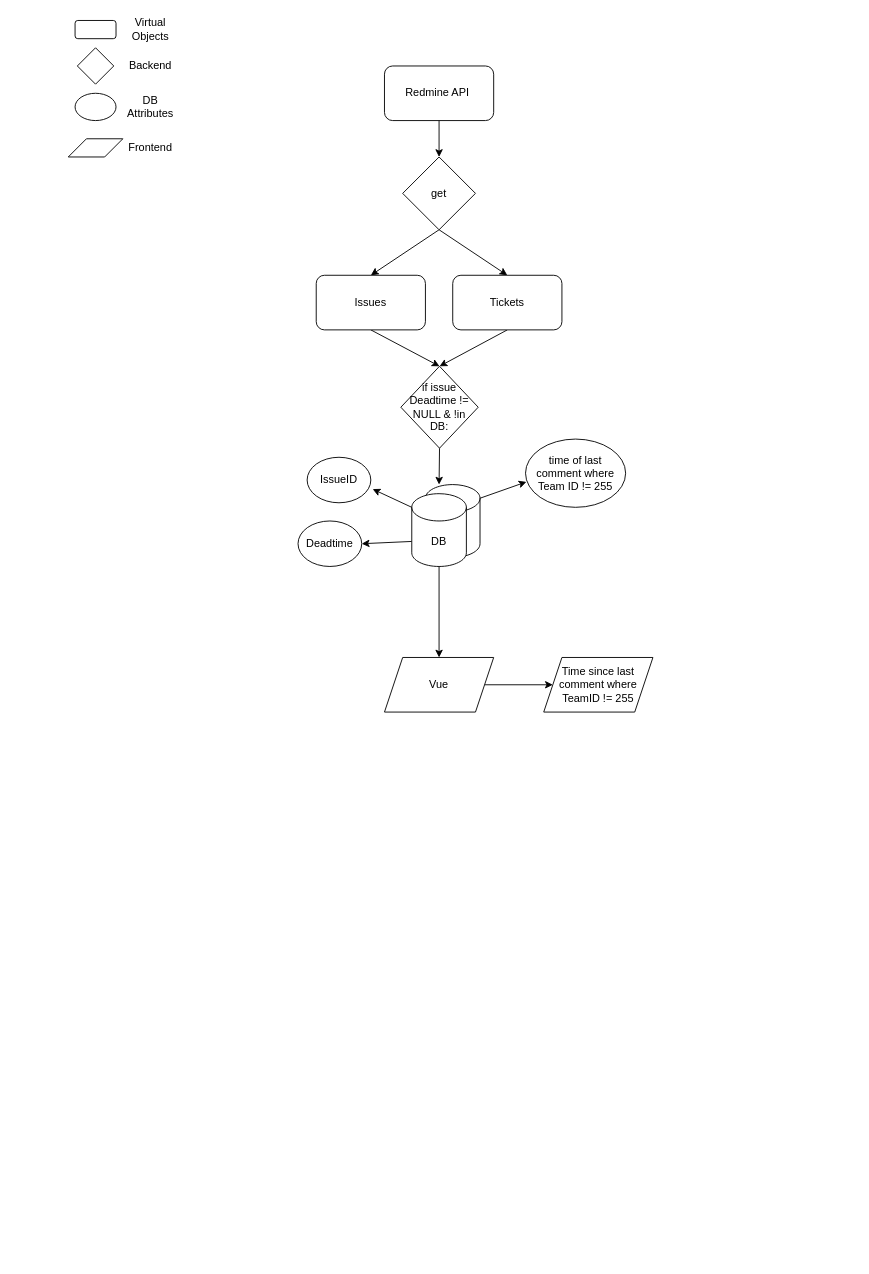
Before: Datenkonzept_TickTrack.drawio in panchord/Draw.io, a draw.io diagram. Source tidied: cells renumbered, new cells numbered last; positions are measured from the earlier drawing's top-left corner, leaving out a move shared by most shapes. Both pictures are drawn from the tidied source at 91%, with x=0, y=0 at pixel (68, 15).
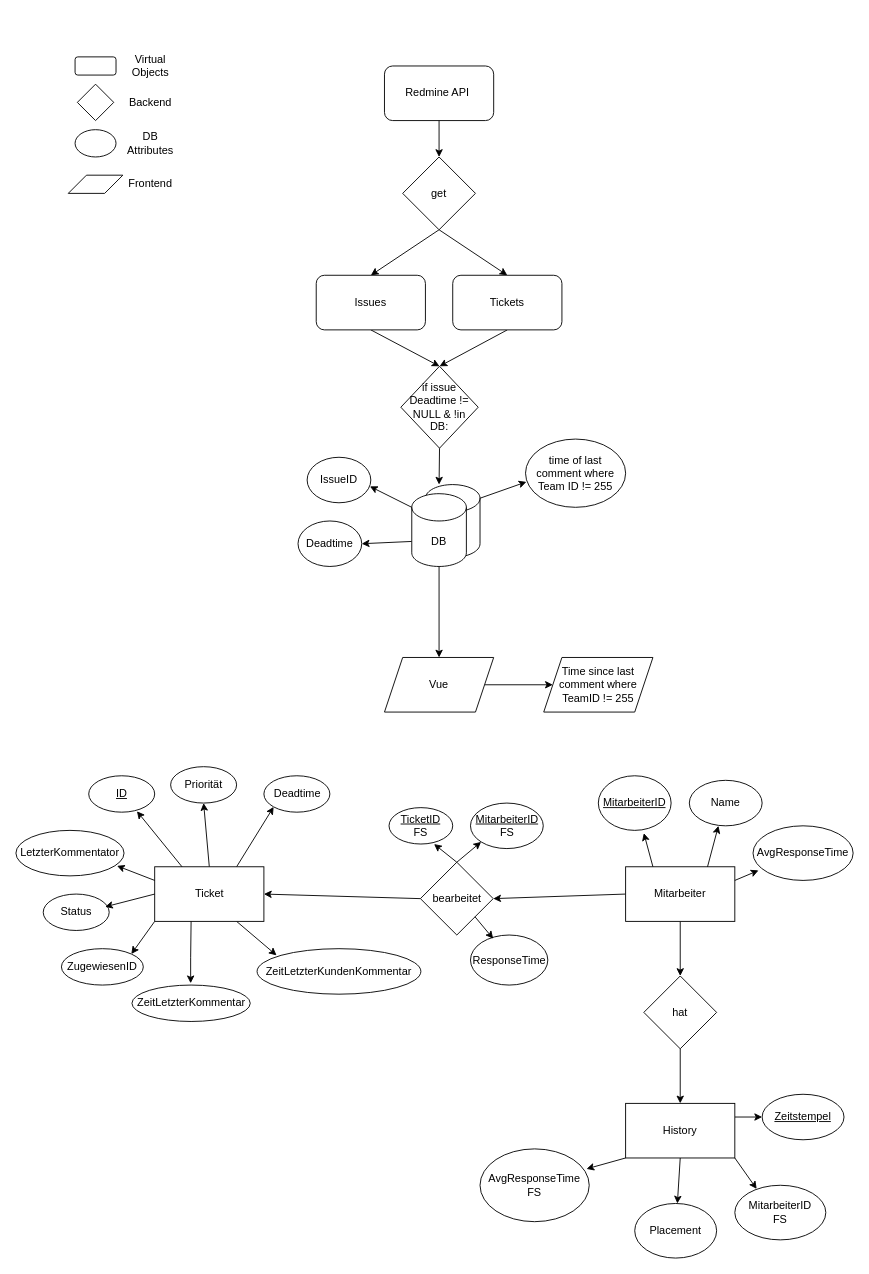
Above is the later version.

Unchanged cells that the change refers to:
```xml
<mxCell id="14" value="DB" style="shape=cylinder3;whiteSpace=wrap;html=1;boundedLbl=1;backgroundOutline=1;size=15;" parent="1" vertex="1">
  <mxGeometry x="377" y="525" width="60" height="80" as="geometry" />
</mxCell>
<mxCell id="15" value="IssueID" style="ellipse;whiteSpace=wrap;html=1;" parent="1" vertex="1">
  <mxGeometry x="262" y="485" width="70" height="50" as="geometry" />
</mxCell>
```

Diff of the diagram source:
```diff
@@
     <mxCell id="21" style="rounded=1;whiteSpace=wrap;html=1;" parent="1" vertex="1">
-      <mxGeometry x="7" y="5" width="45" height="20" as="geometry" />
+      <mxGeometry x="7" y="45" width="45" height="20" as="geometry" />
     </mxCell>
     <mxCell id="22" style="ellipse;whiteSpace=wrap;html=1;" parent="1" vertex="1">
-      <mxGeometry x="7" y="85" width="45" height="30" as="geometry" />
+      <mxGeometry x="7" y="125" width="45" height="30" as="geometry" />
     </mxCell>
     <mxCell id="23" style="shape=parallelogram;perimeter=parallelogramPerimeter;whiteSpace=wrap;html=1;fixedSize=1;" parent="1" vertex="1">
-      <mxGeometry x="-0.5" y="135" width="60" height="20" as="geometry" />
+      <mxGeometry x="-0.5" y="175" width="60" height="20" as="geometry" />
     </mxCell>
     <mxCell id="24" style="rhombus;whiteSpace=wrap;html=1;" parent="1" vertex="1">
-      <mxGeometry x="9.5" y="35" width="40" height="40" as="geometry" />
+      <mxGeometry x="9.5" y="75" width="40" height="40" as="geometry" />
     </mxCell>
     <mxCell id="25" value="Frontend" style="text;html=1;align=center;verticalAlign=middle;whiteSpace=wrap;rounded=0;" parent="1" vertex="1">
-      <mxGeometry x="59.5" y="130" width="60" height="30" as="geometry" />
+      <mxGeometry x="59.5" y="170" width="60" height="30" as="geometry" />
     </mxCell>
     <mxCell id="26" value="DB Attributes" style="text;html=1;align=center;verticalAlign=middle;whiteSpace=wrap;rounded=0;" parent="1" vertex="1">
-      <mxGeometry x="59.5" y="85" width="60" height="30" as="geometry" />
+      <mxGeometry x="59.5" y="125" width="60" height="30" as="geometry" />
     </mxCell>
     <mxCell id="27" value="Backend" style="text;html=1;align=center;verticalAlign=middle;whiteSpace=wrap;rounded=0;" parent="1" vertex="1">
-      <mxGeometry x="59.5" y="40" width="60" height="30" as="geometry" />
+      <mxGeometry x="59.5" y="80" width="60" height="30" as="geometry" />
     </mxCell>
     <mxCell id="28" value="Virtual Objects" style="text;html=1;align=center;verticalAlign=middle;whiteSpace=wrap;rounded=0;" parent="1" vertex="1">
-      <mxGeometry x="59.5" width="60" height="30" as="geometry" />
+      <mxGeometry x="59.5" y="40" width="60" height="30" as="geometry" />
     </mxCell>
@@
-    <mxCell id="32" style="edgeStyle=none;rounded=0;jettySize=auto;html=1;exitX=0;exitY=0;exitDx=0;exitDy=15;exitPerimeter=0;entryX=1.029;entryY=0.7;entryDx=0;entryDy=0;entryPerimeter=0;" parent="1" edge="1" source="14" target="15">
+    <mxCell id="32" style="edgeStyle=none;rounded=0;jettySize=auto;html=1;exitX=0;exitY=0;exitDx=0;exitDy=15;exitPerimeter=0;entryX=0.986;entryY=0.64;entryDx=0;entryDy=0;entryPerimeter=0;" parent="1" edge="1" source="14" target="15">
       <mxGeometry relative="1" as="geometry" />
     </mxCell>
+    <mxCell id="33" style="edgeStyle=none;rounded=0;jettySize=auto;html=1;exitX=0.5;exitY=0;exitDx=0;exitDy=0;entryX=0.5;entryY=1;entryDx=0;entryDy=0;" parent="1" edge="1" source="37" target="39">
+      <mxGeometry relative="1" as="geometry" />
+    </mxCell>
+    <mxCell id="34" style="edgeStyle=none;rounded=0;jettySize=auto;html=1;exitX=0;exitY=1;exitDx=0;exitDy=0;entryX=1;entryY=0;entryDx=0;entryDy=0;" parent="1" edge="1" source="37" target="42">
+      <mxGeometry relative="1" as="geometry" />
+    </mxCell>
+    <mxCell id="35" style="edgeStyle=none;rounded=0;jettySize=auto;html=1;exitX=0.75;exitY=1;exitDx=0;exitDy=0;entryX=0;entryY=0;entryDx=0;entryDy=0;" parent="1" edge="1" source="37">
+      <mxGeometry relative="1" as="geometry">
+        <mxPoint x="228.4" y="1032.3" as="targetPoint" />
+      </mxGeometry>
+    </mxCell>
+    <mxCell id="36" style="edgeStyle=none;rounded=0;jettySize=auto;html=1;exitX=0.75;exitY=0;exitDx=0;exitDy=0;entryX=0;entryY=1;entryDx=0;entryDy=0;" parent="1" edge="1" source="37" target="49">
+      <mxGeometry relative="1" as="geometry" />
+    </mxCell>
+    <mxCell id="37" value="Ticket" style="rounded=0;whiteSpace=wrap;html=1;" parent="1" vertex="1">
+      <mxGeometry x="94.5" y="935" width="120" height="60" as="geometry" />
+    </mxCell>
+    <mxCell id="38" value="&lt;u&gt;ID&lt;/u&gt;" style="ellipse;whiteSpace=wrap;html=1;" parent="1" vertex="1">
+      <mxGeometry x="22" y="835" width="72.5" height="40" as="geometry" />
+    </mxCell>
+    <mxCell id="39" value="Priorität" style="ellipse;whiteSpace=wrap;html=1;" parent="1" vertex="1">
+      <mxGeometry x="112" y="825" width="72.5" height="40" as="geometry" />
+    </mxCell>
+    <mxCell id="40" value="LetzterKommentator" style="ellipse;whiteSpace=wrap;html=1;" parent="1" vertex="1">
+      <mxGeometry x="-58" y="895" width="118.8" height="50" as="geometry" />
+    </mxCell>
+    <mxCell id="41" value="Status" style="ellipse;whiteSpace=wrap;html=1;" parent="1" vertex="1">
+      <mxGeometry x="-28" y="965" width="72.5" height="40" as="geometry" />
+    </mxCell>
+    <mxCell id="42" value="ZugewiesenID" style="ellipse;whiteSpace=wrap;html=1;" parent="1" vertex="1">
+      <mxGeometry x="-8" y="1025" width="90" height="40" as="geometry" />
+    </mxCell>
+    <mxCell id="43" value="ZeitLetzterKommentar" style="ellipse;whiteSpace=wrap;html=1;" parent="1" vertex="1">
+      <mxGeometry x="69.5" y="1065" width="130" height="40" as="geometry" />
+    </mxCell>
+    <mxCell id="44" value="ZeitLetzterKundenKommentar" style="ellipse;whiteSpace=wrap;html=1;" parent="1" vertex="1">
+      <mxGeometry x="207" y="1025" width="180" height="50" as="geometry" />
+    </mxCell>
+    <mxCell id="45" style="edgeStyle=none;rounded=0;jettySize=auto;html=1;exitX=0.25;exitY=0;exitDx=0;exitDy=0;entryX=0.731;entryY=0.975;entryDx=0;entryDy=0;entryPerimeter=0;" parent="1" edge="1" source="37" target="38">
+      <mxGeometry relative="1" as="geometry" />
+    </mxCell>
+    <mxCell id="46" style="edgeStyle=none;rounded=0;jettySize=auto;html=1;exitX=0;exitY=0.5;exitDx=0;exitDy=0;entryX=0.938;entryY=0.35;entryDx=0;entryDy=0;entryPerimeter=0;" parent="1" edge="1" source="37" target="41">
+      <mxGeometry relative="1" as="geometry" />
+    </mxCell>
+    <mxCell id="47" style="edgeStyle=none;rounded=0;orthogonalLoop=1;jettySize=auto;html=1;exitX=0.25;exitY=1;exitDx=0;exitDy=0;entryX=0.419;entryY=-0.05;entryDx=0;entryDy=0;entryPerimeter=0;" parent="1" edge="1">
+      <mxGeometry relative="1" as="geometry">
+        <mxPoint x="134.5" y="995" as="sourcePoint" />
+        <mxPoint x="134" y="1063" as="targetPoint" />
+        <Array as="points">
+          <mxPoint x="134" y="1035" />
+        </Array>
+      </mxGeometry>
+    </mxCell>
+    <mxCell id="48" style="edgeStyle=none;rounded=0;jettySize=auto;html=1;exitX=0;exitY=0.25;exitDx=0;exitDy=0;entryX=0.935;entryY=0.78;entryDx=0;entryDy=0;entryPerimeter=0;" parent="1" edge="1" source="37" target="40">
+      <mxGeometry relative="1" as="geometry" />
+    </mxCell>
+    <mxCell id="49" value="Deadtime" style="ellipse;whiteSpace=wrap;html=1;" parent="1" vertex="1">
+      <mxGeometry x="214.5" y="835" width="72.5" height="40" as="geometry" />
+    </mxCell>
+    <mxCell id="50" style="edgeStyle=none;rounded=0;jettySize=auto;html=1;exitX=0;exitY=0.5;exitDx=0;exitDy=0;entryX=1;entryY=0.5;entryDx=0;entryDy=0;" parent="1" edge="1" source="52" target="55">
+      <mxGeometry relative="1" as="geometry" />
+    </mxCell>
+    <mxCell id="51" style="edgeStyle=none;rounded=0;jettySize=auto;html=1;exitX=0.5;exitY=1;exitDx=0;exitDy=0;" parent="1" edge="1" source="52" target="71">
+      <mxGeometry relative="1" as="geometry" />
+    </mxCell>
+    <mxCell id="52" value="Mitarbeiter" style="rounded=0;whiteSpace=wrap;html=1;" parent="1" vertex="1">
+      <mxGeometry x="612" y="935" width="120" height="60" as="geometry" />
+    </mxCell>
+    <mxCell id="53" style="edgeStyle=none;rounded=0;jettySize=auto;html=1;exitX=0;exitY=0.5;exitDx=0;exitDy=0;entryX=1;entryY=0.5;entryDx=0;entryDy=0;" parent="1" edge="1" source="55" target="37">
+      <mxGeometry relative="1" as="geometry" />
+    </mxCell>
+    <mxCell id="54" style="edgeStyle=none;rounded=0;jettySize=auto;html=1;exitX=0.5;exitY=0;exitDx=0;exitDy=0;entryX=0;entryY=1;entryDx=0;entryDy=0;" parent="1" edge="1" source="55" target="57">
+      <mxGeometry relative="1" as="geometry" />
+    </mxCell>
+    <mxCell id="55" value="bearbeitet" style="rhombus;whiteSpace=wrap;html=1;" parent="1" vertex="1">
+      <mxGeometry x="386.5" y="930" width="80" height="80" as="geometry" />
+    </mxCell>
+    <mxCell id="56" value="&lt;u&gt;TicketID&lt;/u&gt;&lt;div&gt;FS&lt;/div&gt;" style="ellipse;whiteSpace=wrap;html=1;" parent="1" vertex="1">
+      <mxGeometry x="352" y="870" width="70" height="40" as="geometry" />
+    </mxCell>
+    <mxCell id="57" value="&lt;u&gt;MitarbeiterID&lt;/u&gt;&lt;div&gt;FS&lt;/div&gt;" style="ellipse;whiteSpace=wrap;html=1;" parent="1" vertex="1">
+      <mxGeometry x="441.5" y="865" width="80" height="50" as="geometry" />
+    </mxCell>
+    <mxCell id="58" style="edgeStyle=none;rounded=0;jettySize=auto;html=1;exitX=0.5;exitY=0;exitDx=0;exitDy=0;entryX=0.707;entryY=1;entryDx=0;entryDy=0;entryPerimeter=0;" parent="1" edge="1" source="55" target="56">
+      <mxGeometry relative="1" as="geometry" />
+    </mxCell>
+    <mxCell id="59" value="&lt;u&gt;MitarbeiterID&lt;/u&gt;" style="ellipse;whiteSpace=wrap;html=1;" parent="1" vertex="1">
+      <mxGeometry x="582" y="835" width="80" height="60" as="geometry" />
+    </mxCell>
+    <mxCell id="60" value="Name" style="ellipse;whiteSpace=wrap;html=1;" parent="1" vertex="1">
+      <mxGeometry x="682" y="840" width="80" height="50" as="geometry" />
+    </mxCell>
+    <mxCell id="61" value="AvgResponseTime" style="ellipse;whiteSpace=wrap;html=1;" parent="1" vertex="1">
+      <mxGeometry x="752" y="890" width="110" height="60" as="geometry" />
+    </mxCell>
+    <mxCell id="62" style="edgeStyle=none;rounded=0;jettySize=auto;html=1;exitX=0.25;exitY=0;exitDx=0;exitDy=0;entryX=0.625;entryY=1.05;entryDx=0;entryDy=0;entryPerimeter=0;" parent="1" edge="1" source="52" target="59">
+      <mxGeometry relative="1" as="geometry" />
+    </mxCell>
+    <mxCell id="63" style="edgeStyle=none;rounded=0;jettySize=auto;html=1;exitX=0.75;exitY=0;exitDx=0;exitDy=0;entryX=0.4;entryY=1;entryDx=0;entryDy=0;entryPerimeter=0;" parent="1" edge="1" source="52" target="60">
+      <mxGeometry relative="1" as="geometry" />
+    </mxCell>
+    <mxCell id="64" style="edgeStyle=none;rounded=0;jettySize=auto;html=1;exitX=1;exitY=0.25;exitDx=0;exitDy=0;entryX=0.055;entryY=0.817;entryDx=0;entryDy=0;entryPerimeter=0;" parent="1" edge="1" source="52" target="61">
+      <mxGeometry relative="1" as="geometry" />
+    </mxCell>
+    <mxCell id="65" value="ResponseTime" style="ellipse;whiteSpace=wrap;html=1;" parent="1" vertex="1">
+      <mxGeometry x="441.5" y="1010" width="85" height="55" as="geometry" />
+    </mxCell>
+    <mxCell id="66" style="edgeStyle=none;rounded=0;jettySize=auto;html=1;exitX=1;exitY=1;exitDx=0;exitDy=0;entryX=0.294;entryY=0.073;entryDx=0;entryDy=0;entryPerimeter=0;" parent="1" edge="1" source="55" target="65">
+      <mxGeometry relative="1" as="geometry" />
+    </mxCell>
+    <mxCell id="67" style="edgeStyle=none;rounded=0;jettySize=auto;html=1;exitX=1;exitY=0.25;exitDx=0;exitDy=0;entryX=0;entryY=0.5;entryDx=0;entryDy=0;" parent="1" edge="1" source="69" target="72">
+      <mxGeometry relative="1" as="geometry" />
+    </mxCell>
+    <mxCell id="68" style="edgeStyle=none;rounded=0;jettySize=auto;html=1;exitX=0.5;exitY=1;exitDx=0;exitDy=0;" parent="1" edge="1" source="69" target="75">
+      <mxGeometry relative="1" as="geometry" />
+    </mxCell>
+    <mxCell id="69" value="History" style="rounded=0;whiteSpace=wrap;html=1;" parent="1" vertex="1">
+      <mxGeometry x="612" y="1195" width="120" height="60" as="geometry" />
+    </mxCell>
+    <mxCell id="70" style="edgeStyle=none;rounded=0;jettySize=auto;html=1;exitX=0.5;exitY=1;exitDx=0;exitDy=0;entryX=0.5;entryY=0;entryDx=0;entryDy=0;" parent="1" edge="1" source="71" target="69">
+      <mxGeometry relative="1" as="geometry" />
+    </mxCell>
+    <mxCell id="71" value="hat" style="rhombus;whiteSpace=wrap;html=1;" parent="1" vertex="1">
+      <mxGeometry x="632" y="1055" width="80" height="80" as="geometry" />
+    </mxCell>
+    <mxCell id="72" value="&lt;u&gt;Zeitstempel&lt;/u&gt;" style="ellipse;whiteSpace=wrap;html=1;" parent="1" vertex="1">
+      <mxGeometry x="762" y="1185" width="90" height="50" as="geometry" />
+    </mxCell>
+    <mxCell id="73" value="MitarbeiterID&lt;div&gt;FS&lt;/div&gt;" style="ellipse;whiteSpace=wrap;html=1;" parent="1" vertex="1">
+      <mxGeometry x="732" y="1285" width="100" height="60" as="geometry" />
+    </mxCell>
+    <mxCell id="74" style="edgeStyle=none;rounded=0;jettySize=auto;html=1;exitX=1;exitY=1;exitDx=0;exitDy=0;entryX=0.24;entryY=0.067;entryDx=0;entryDy=0;entryPerimeter=0;" parent="1" edge="1" source="69" target="73">
+      <mxGeometry relative="1" as="geometry" />
+    </mxCell>
+    <mxCell id="75" value="Placement" style="ellipse;whiteSpace=wrap;html=1;" parent="1" vertex="1">
+      <mxGeometry x="622" y="1305" width="90" height="60" as="geometry" />
+    </mxCell>
+    <mxCell id="76" value="AvgResponseTime&lt;div&gt;FS&lt;/div&gt;" style="ellipse;whiteSpace=wrap;html=1;" parent="1" vertex="1">
+      <mxGeometry x="452" y="1245" width="120" height="80" as="geometry" />
+    </mxCell>
+    <mxCell id="77" style="edgeStyle=none;rounded=0;jettySize=auto;html=1;exitX=0;exitY=1;exitDx=0;exitDy=0;entryX=0.975;entryY=0.275;entryDx=0;entryDy=0;entryPerimeter=0;" parent="1" edge="1" source="69" target="76">
+      <mxGeometry relative="1" as="geometry" />
+    </mxCell>
```
